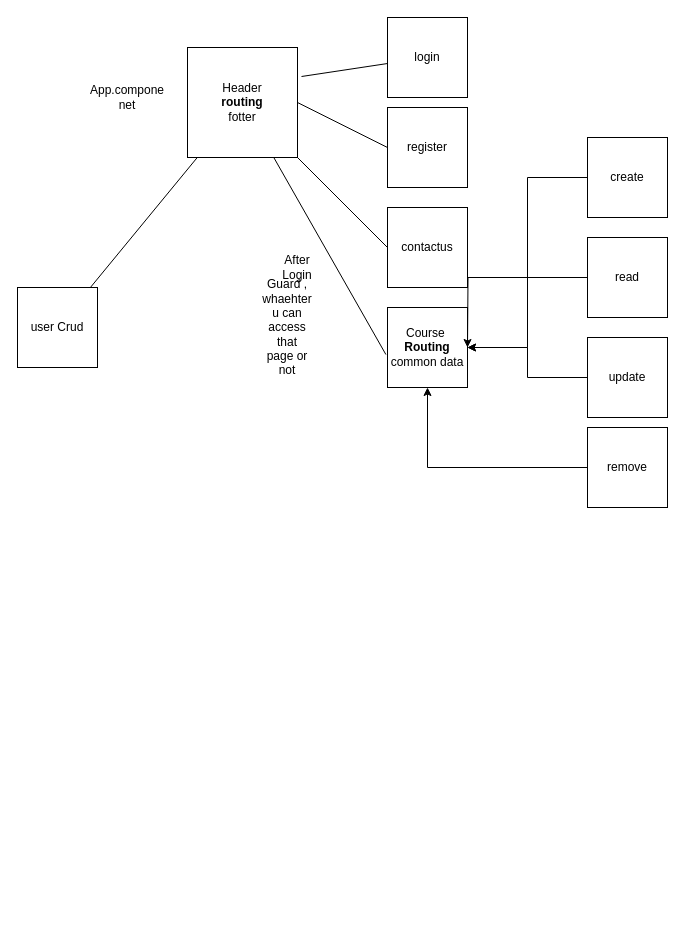
lblower/angular-basics keeps this draw.io diagram as course.drawio. Above is the earlier version. Source tidied: cells renumbered, new cells numbered last; positions are measured from the earlier drawing's top-left corner, leaving out a move shared by most shapes. Both pictures are drawn from the tidied source at 100%, with x=0, y=0 at pixel (17, 17).
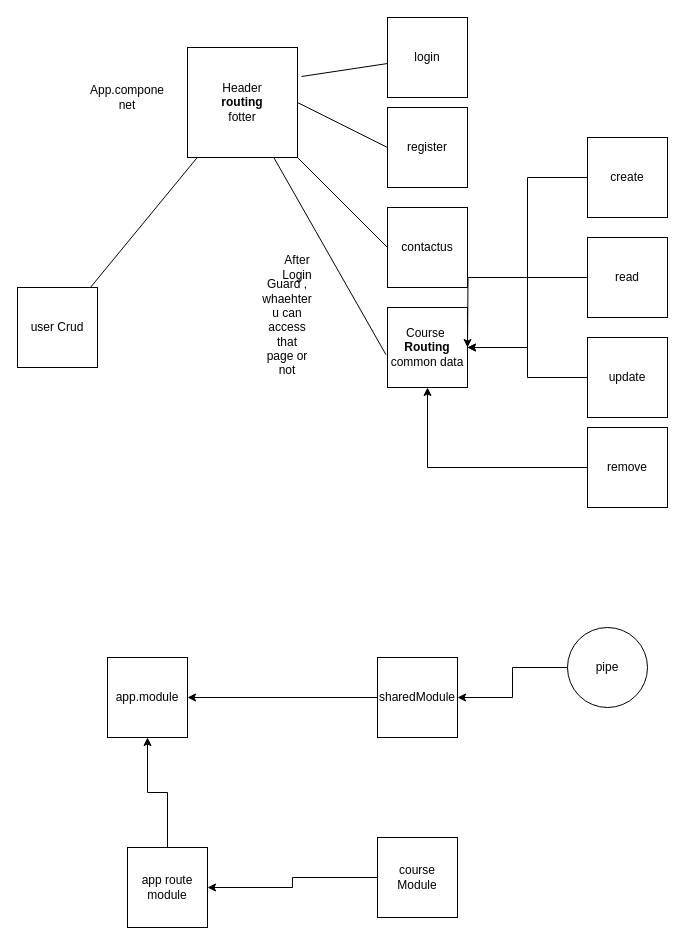
Above is the later version.

What changed in the source:
```diff
@@
+    <mxCell id="24" value="app.module" style="whiteSpace=wrap;html=1;" parent="1" vertex="1">
+      <mxGeometry x="90" y="640" width="80" height="80" as="geometry" />
+    </mxCell>
+    <mxCell id="25" style="edgeStyle=orthogonalEdgeStyle;rounded=0;jettySize=auto;html=1;entryX=1;entryY=0.5;entryDx=0;entryDy=0;" parent="1" edge="1" source="26" target="24">
+      <mxGeometry relative="1" as="geometry" />
+    </mxCell>
+    <mxCell id="26" value="sharedModule" style="whiteSpace=wrap;html=1;" parent="1" vertex="1">
+      <mxGeometry x="360" y="640" width="80" height="80" as="geometry" />
+    </mxCell>
+    <mxCell id="27" style="edgeStyle=orthogonalEdgeStyle;rounded=0;jettySize=auto;html=1;" parent="1" edge="1" source="28" target="30">
+      <mxGeometry relative="1" as="geometry" />
+    </mxCell>
+    <mxCell id="28" value="course Module" style="whiteSpace=wrap;html=1;" parent="1" vertex="1">
+      <mxGeometry x="360" y="820" width="80" height="80" as="geometry" />
+    </mxCell>
+    <mxCell id="29" style="edgeStyle=orthogonalEdgeStyle;rounded=0;jettySize=auto;html=1;" parent="1" edge="1" source="30" target="24">
+      <mxGeometry relative="1" as="geometry" />
+    </mxCell>
+    <mxCell id="30" value="app route module" style="whiteSpace=wrap;html=1;" parent="1" vertex="1">
+      <mxGeometry x="110" y="830" width="80" height="80" as="geometry" />
+    </mxCell>
+    <mxCell id="31" style="edgeStyle=orthogonalEdgeStyle;rounded=0;jettySize=auto;html=1;" parent="1" edge="1" source="32" target="26">
+      <mxGeometry relative="1" as="geometry" />
+    </mxCell>
+    <mxCell id="32" value="pipe" style="ellipse;whiteSpace=wrap;html=1;" parent="1" vertex="1">
+      <mxGeometry x="550" y="610" width="80" height="80" as="geometry" />
+    </mxCell>
```
